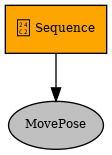
aleada23/my_franka_node keeps this Graphviz diagram as scripts/sequence.png. Above is the earlier version. Its source is kept beside it as scripts/sequence.dot.
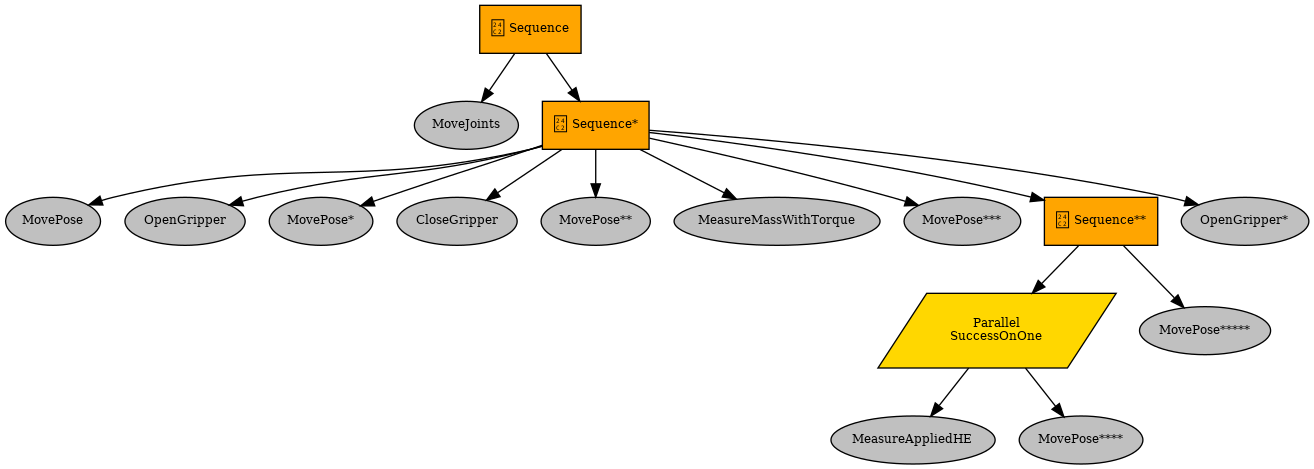
Above is the later version.

Diff of the diagram source:
```diff
@@ -4,6 +4,34 @@
 node [fontname="times-roman"];
 edge [fontname="times-roman"];
 Sequence [fillcolor=orange, fontcolor=black, fontsize=9, label="Ⓜ Sequence", shape=box, style=filled];
+MoveJoints [fillcolor=gray, fontcolor=black, fontsize=9, label=MoveJoints, shape=ellipse, style=filled];
+Sequence -> MoveJoints;
+"Sequence*" [fillcolor=orange, fontcolor=black, fontsize=9, label="Ⓜ Sequence*", shape=box, style=filled];
+Sequence -> "Sequence*";
 MovePose [fillcolor=gray, fontcolor=black, fontsize=9, label=MovePose, shape=ellipse, style=filled];
-Sequence -> MovePose;
+"Sequence*" -> MovePose;
+OpenGripper [fillcolor=gray, fontcolor=black, fontsize=9, label=OpenGripper, shape=ellipse, style=filled];
+"Sequence*" -> OpenGripper;
+"MovePose*" [fillcolor=gray, fontcolor=black, fontsize=9, label="MovePose*", shape=ellipse, style=filled];
+"Sequence*" -> "MovePose*";
+CloseGripper [fillcolor=gray, fontcolor=black, fontsize=9, label=CloseGripper, shape=ellipse, style=filled];
+"Sequence*" -> CloseGripper;
+"MovePose**" [fillcolor=gray, fontcolor=black, fontsize=9, label="MovePose**", shape=ellipse, style=filled];
+"Sequence*" -> "MovePose**";
+MeasureMassWithTorque [fillcolor=gray, fontcolor=black, fontsize=9, label=MeasureMassWithTorque, shape=ellipse, style=filled];
+"Sequence*" -> MeasureMassWithTorque;
+"MovePose***" [fillcolor=gray, fontcolor=black, fontsize=9, label="MovePose***", shape=ellipse, style=filled];
+"Sequence*" -> "MovePose***";
+"Sequence**" [fillcolor=orange, fontcolor=black, fontsize=9, label="Ⓜ Sequence**", shape=box, style=filled];
+"Sequence*" -> "Sequence**";
+Parallel [fillcolor=gold, fontcolor=black, fontsize=9, label="Parallel\nSuccessOnOne", shape=parallelogram, style=filled];
+"Sequence**" -> Parallel;
+MeasureAppliedHE [fillcolor=gray, fontcolor=black, fontsize=9, label=MeasureAppliedHE, shape=ellipse, style=filled];
+Parallel -> MeasureAppliedHE;
+"MovePose****" [fillcolor=gray, fontcolor=black, fontsize=9, label="MovePose****", shape=ellipse, style=filled];
+Parallel -> "MovePose****";
+"MovePose*****" [fillcolor=gray, fontcolor=black, fontsize=9, label="MovePose*****", shape=ellipse, style=filled];
+"Sequence**" -> "MovePose*****";
+"OpenGripper*" [fillcolor=gray, fontcolor=black, fontsize=9, label="OpenGripper*", shape=ellipse, style=filled];
+"Sequence*" -> "OpenGripper*";
 }
```
